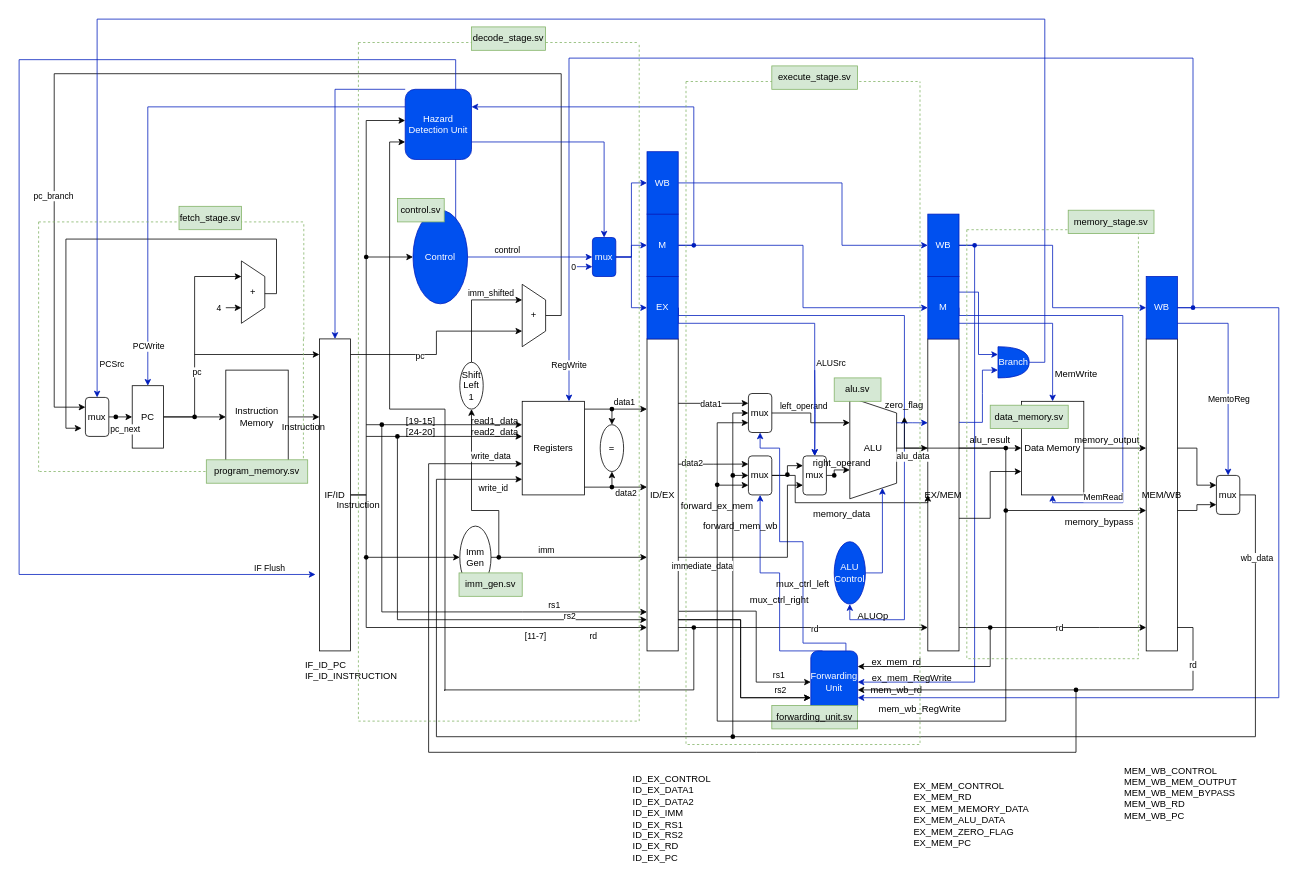
RISC-V-on-FPGA/riscv keeps this draw.io diagram as documentation/Architecture.drawio. Above is the earlier version. Source tidied: cells renumbered, new cells numbered last; positions are measured from the earlier drawing's top-left corner, leaving out a move shared by most shapes. Both pictures are drawn from the tidied source at 78%, with x=0, y=0 at pixel (19, 19).
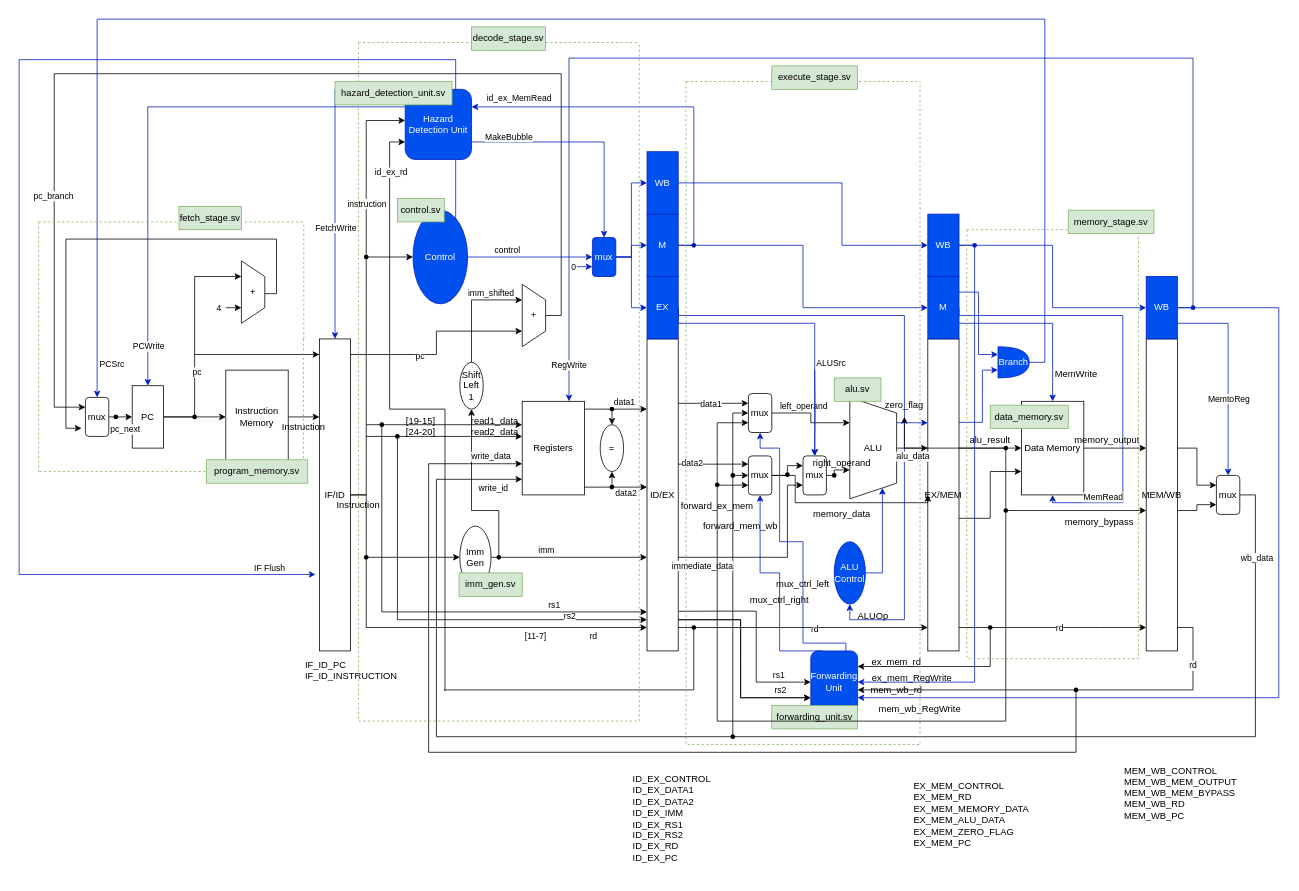
Above is the later version.

Unchanged cells that the change refers to:
```xml
<mxCell id="15" style="edgeStyle=orthogonalEdgeStyle;rounded=0;jettySize=auto;html=1;exitDx=0;exitDy=0;" parent="1" edge="1" source="119">
  <mxGeometry relative="1" as="geometry">
    <mxPoint x="495" y="130" as="targetPoint" />
    <Array as="points">
      <mxPoint x="445" y="130" />
    </Array>
  </mxGeometry>
</mxCell>
<mxCell id="75" style="edgeStyle=orthogonalEdgeStyle;rounded=0;jettySize=auto;html=1;exitX=1;exitY=0.5;exitDx=0;exitDy=0;entryX=1;entryY=0.25;entryDx=0;entryDy=0;fillColor=#0050ef;strokeColor=#001DBC;" parent="1" edge="1" source="77" target="140">
  <mxGeometry relative="1" as="geometry" />
</mxCell>
<mxCell id="135" style="edgeStyle=orthogonalEdgeStyle;rounded=0;jettySize=auto;html=1;exitX=0;exitY=0.75;exitDx=0;exitDy=0;entryX=0;entryY=0.75;entryDx=0;entryDy=0;" parent="1" edge="1" target="140">
  <mxGeometry relative="1" as="geometry">
    <mxPoint x="545" y="860.7" as="sourcePoint" />
    <Array as="points">
      <mxPoint x="546" y="861" />
      <mxPoint x="546" y="500" />
      <mxPoint x="475" y="500" />
      <mxPoint x="475" y="158" />
    </Array>
  </mxGeometry>
</mxCell>
<mxCell id="138" style="edgeStyle=orthogonalEdgeStyle;rounded=0;jettySize=auto;html=1;exitX=0;exitY=0;exitDx=0;exitDy=0;entryX=0.5;entryY=0;entryDx=0;entryDy=0;fillColor=#0050ef;strokeColor=#001DBC;" parent="1" edge="1" source="140" target="19">
  <mxGeometry relative="1" as="geometry">
    <Array as="points">
      <mxPoint x="405" y="90" />
    </Array>
  </mxGeometry>
</mxCell>
<mxCell id="139" style="edgeStyle=orthogonalEdgeStyle;rounded=0;jettySize=auto;html=1;exitX=1;exitY=0.75;exitDx=0;exitDy=0;entryX=0.5;entryY=0;entryDx=0;entryDy=0;fillColor=#0050ef;strokeColor=#001DBC;" parent="1" edge="1" source="140" target="46">
  <mxGeometry relative="1" as="geometry" />
</mxCell>
```

The edit, as a diff of the source:
```diff
@@
+    <mxCell id="230" value="instruction" style="edgeLabel;html=1;align=center;verticalAlign=middle;" parent="15" vertex="1">
+      <mxGeometry x="-0.39" relative="1" as="geometry" />
+    </mxCell>
@@
+    <mxCell id="231" value="id_ex_MemRead" style="edgeLabel;html=1;align=center;verticalAlign=middle;" parent="75" vertex="1">
+      <mxGeometry x="0.75" y="-2" relative="1" as="geometry">
+        <mxPoint y="-10" as="offset" />
+      </mxGeometry>
+    </mxCell>
@@
+    <mxCell id="232" value="id_ex_rd" style="edgeLabel;html=1;align=center;verticalAlign=middle;" parent="135" vertex="1">
+      <mxGeometry x="0.85" y="-1" relative="1" as="geometry" />
+    </mxCell>
@@
+    <mxCell id="233" value="FetchWrite" style="edgeLabel;html=1;align=center;verticalAlign=middle;" parent="138" vertex="1">
+      <mxGeometry x="0.3" relative="1" as="geometry" />
+    </mxCell>
@@
+    <mxCell id="234" value="MakeBubble" style="edgeLabel;html=1;align=center;verticalAlign=middle;" parent="139" vertex="1">
+      <mxGeometry x="-0.73" y="-1" relative="1" as="geometry">
+        <mxPoint x="8" y="-8" as="offset" />
+      </mxGeometry>
+    </mxCell>
@@
+    <mxCell id="235" value="hazard_detection_unit.sv" style="text;html=1;align=center;verticalAlign=middle;whiteSpace=wrap;rounded=0;fillColor=#d5e8d4;strokeColor=#82b366;" parent="1" vertex="1">
+      <mxGeometry x="405" y="80" width="150" height="30" as="geometry" />
+    </mxCell>
```
